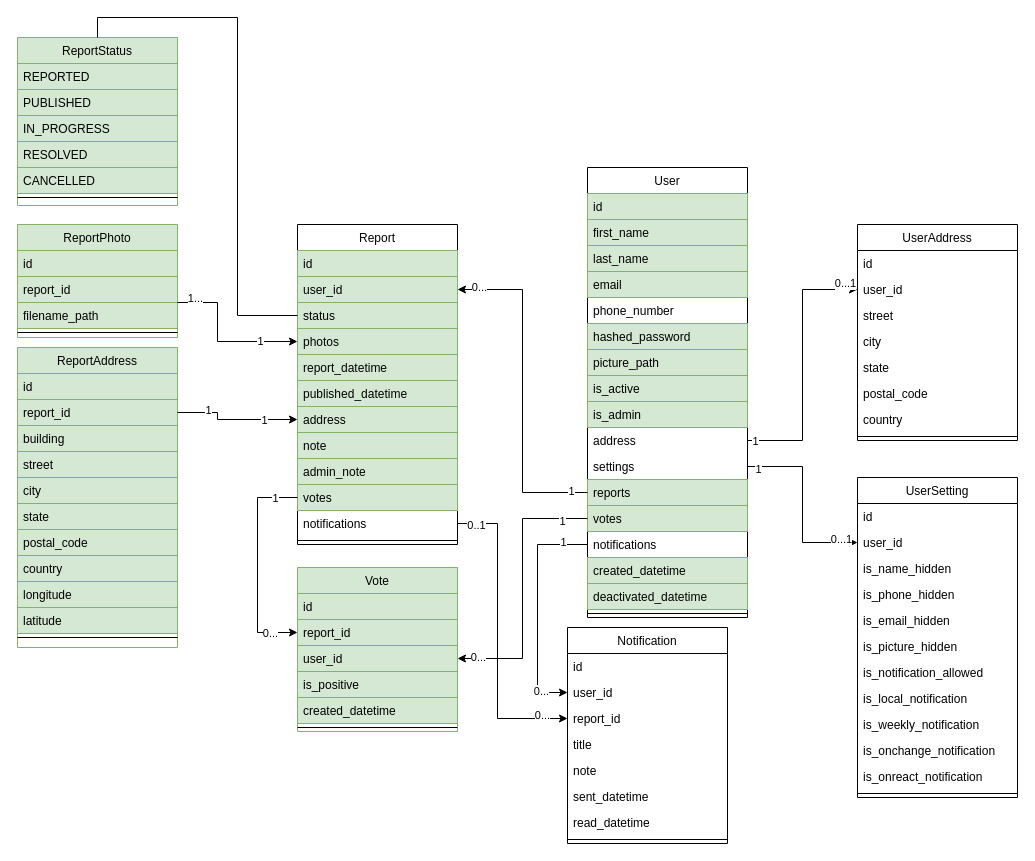
The draw.io diagram backend/classes.drawio in Yessirskiy/MTAAProject25, before the edit. Source tidied: cells renumbered, new cells numbered last; positions are measured from the earlier drawing's top-left corner, leaving out a move shared by most shapes. Both pictures are drawn from the tidied source at 100%, with x=0, y=0 at pixel (17, 37).
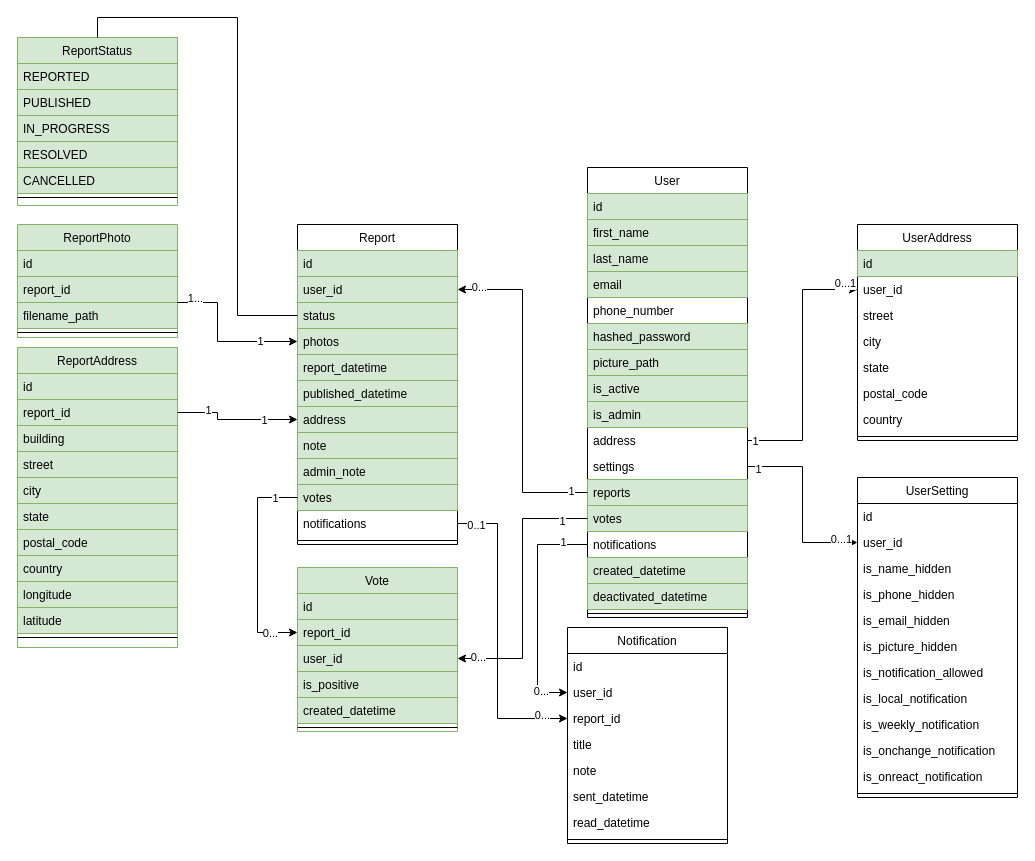
The same page after the edit.

Unchanged cells that the change refers to:
```xml
<mxCell id="20" value="UserAddress" style="swimlane;fontStyle=0;align=center;verticalAlign=top;horizontal=1;startSize=26;rounded=0;shadow=0;strokeWidth=1;" parent="1" vertex="1">
  <mxGeometry x="840" y="187" width="160" height="216" as="geometry" />
</mxCell>
```

Diff of the diagram source:
```diff
@@
-    <mxCell id="21" value="id" style="text;align=left;verticalAlign=top;spacingLeft=4;spacingRight=4;overflow=hidden;" parent="20" vertex="1">
+    <mxCell id="21" value="id" style="text;align=left;verticalAlign=top;spacingLeft=4;spacingRight=4;overflow=hidden;fillColor=#d5e8d4;strokeColor=#82b366;" parent="20" vertex="1">
       <mxGeometry y="26" width="160" height="26" as="geometry" />
     </mxCell>
```
